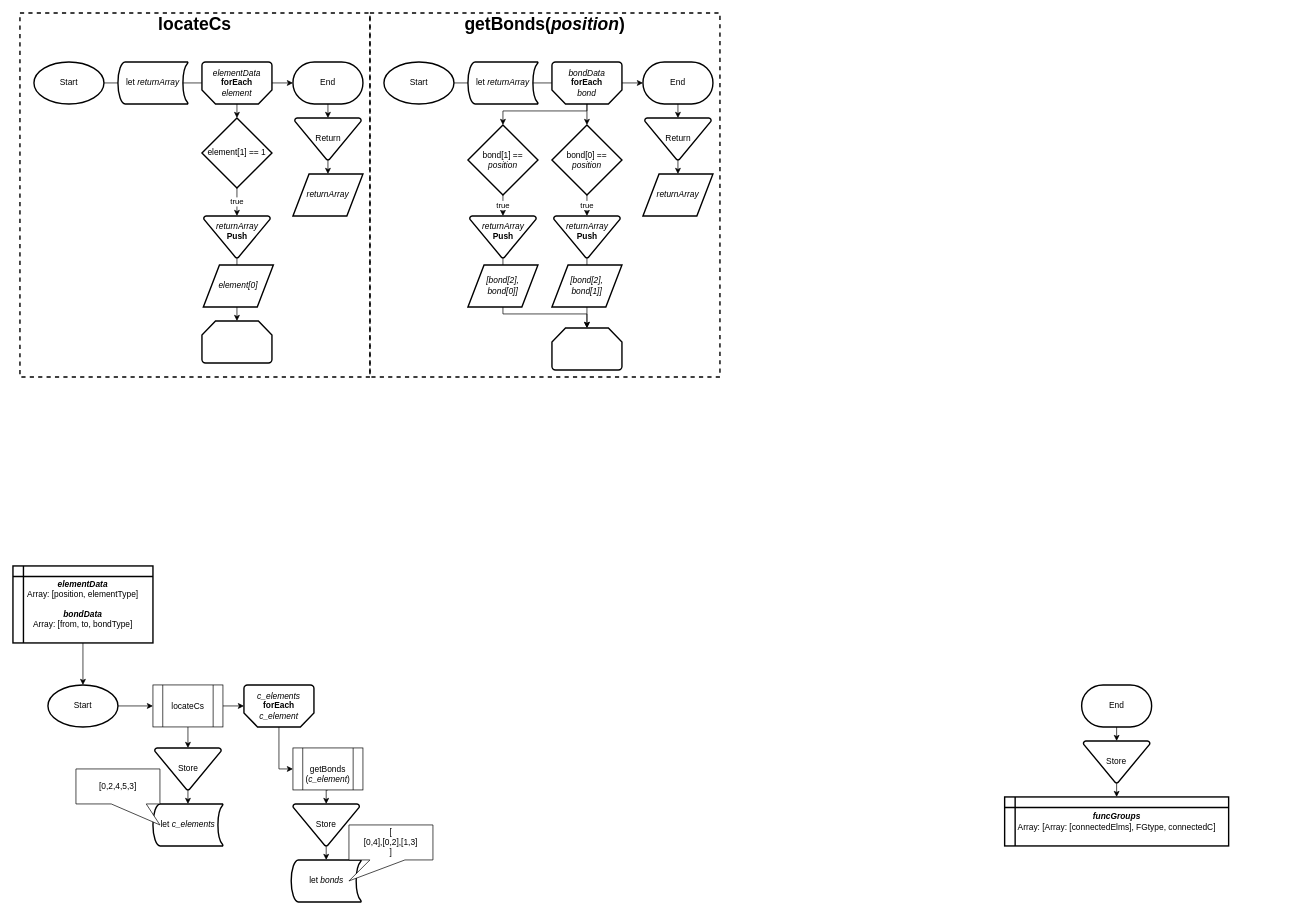
Reefter7/PWS-FLOWCHARTS keeps this draw.io diagram as Diagram zonder titel.drawio. Above is the earlier version. Source tidied: cells renumbered, new cells numbered last; positions are measured from the earlier drawing's top-left corner, leaving out a move shared by most shapes. Both pictures are drawn from the tidied source at 70%, with x=0, y=0 at pixel (13, 13).
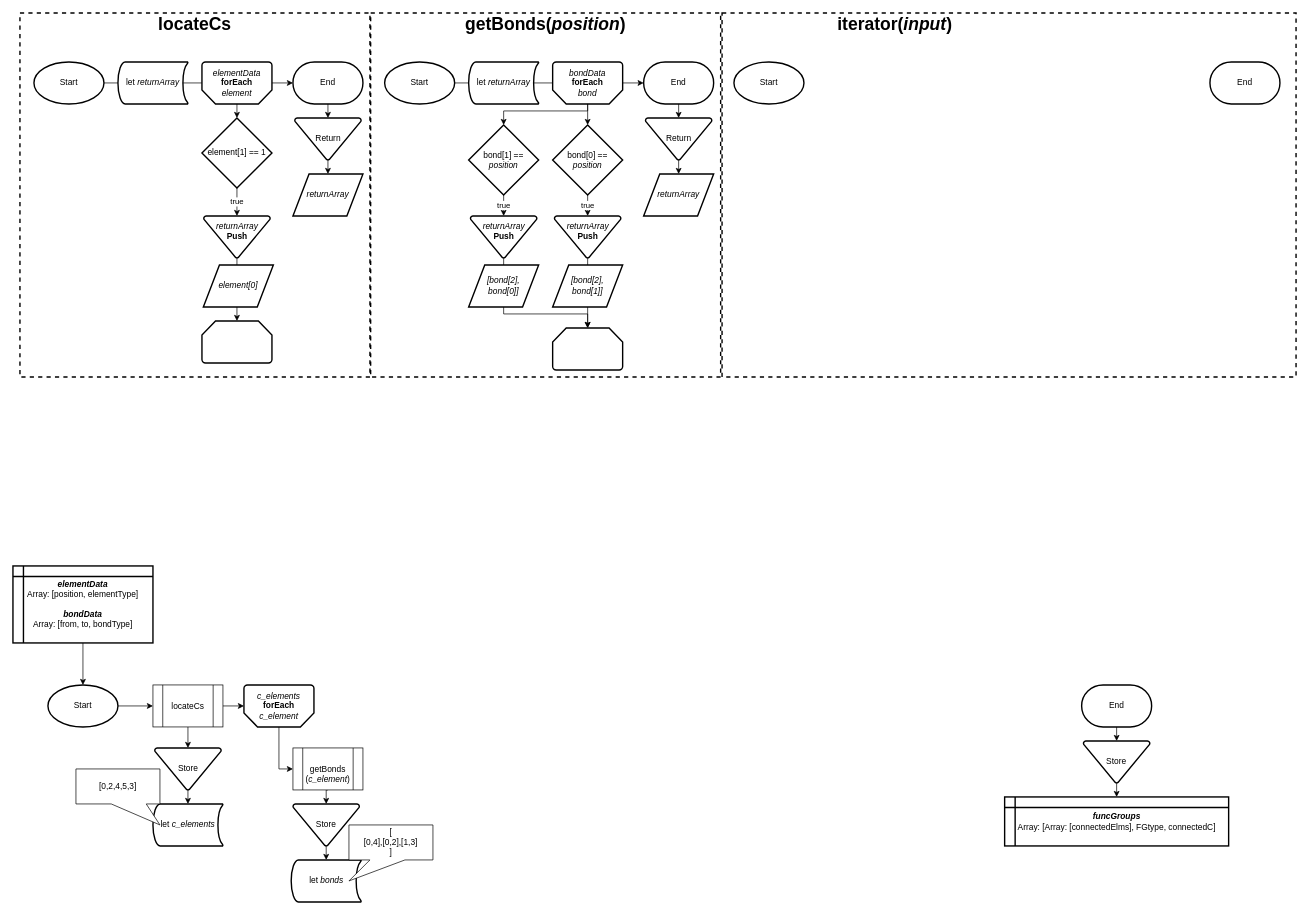
Above is the later version.

What changed in the source:
```diff
@@
     <mxCell id="38" style="group;" parent="1" vertex="1">
-      <mxGeometry x="510" width="500" height="520" as="geometry" />
+      <mxGeometry x="511" width="500" height="524" as="geometry" />
     </mxCell>
@@
+    <mxCell id="75" style="whiteSpace=wrap;html=1;fillColor=none;strokeWidth=2;dashed=1;" parent="1" vertex="1">
+      <mxGeometry x="1013" width="820" height="520" as="geometry" />
+    </mxCell>
+    <mxCell id="76" value="Start" style="strokeWidth=2;html=1;shape=mxgraph.flowchart.start_1;whiteSpace=wrap;" parent="1" vertex="1">
+      <mxGeometry x="1030" y="70" width="100" height="60" as="geometry" />
+    </mxCell>
+    <mxCell id="77" value="End" style="strokeWidth=2;html=1;shape=mxgraph.flowchart.terminator;whiteSpace=wrap;" parent="1" vertex="1">
+      <mxGeometry x="1710" y="70" width="100" height="60" as="geometry" />
+    </mxCell>
+    <mxCell id="78" value="&lt;span style=&quot;font-size: 25px;&quot;&gt;&lt;b&gt;iterator(&lt;i&gt;input&lt;/i&gt;)&lt;/b&gt;&lt;/span&gt;" style="text;html=1;strokeColor=none;fillColor=none;align=center;verticalAlign=middle;whiteSpace=wrap;dashed=1;strokeWidth=2;" parent="1" vertex="1">
+      <mxGeometry x="1230" width="60" height="30" as="geometry" />
+    </mxCell>
```
